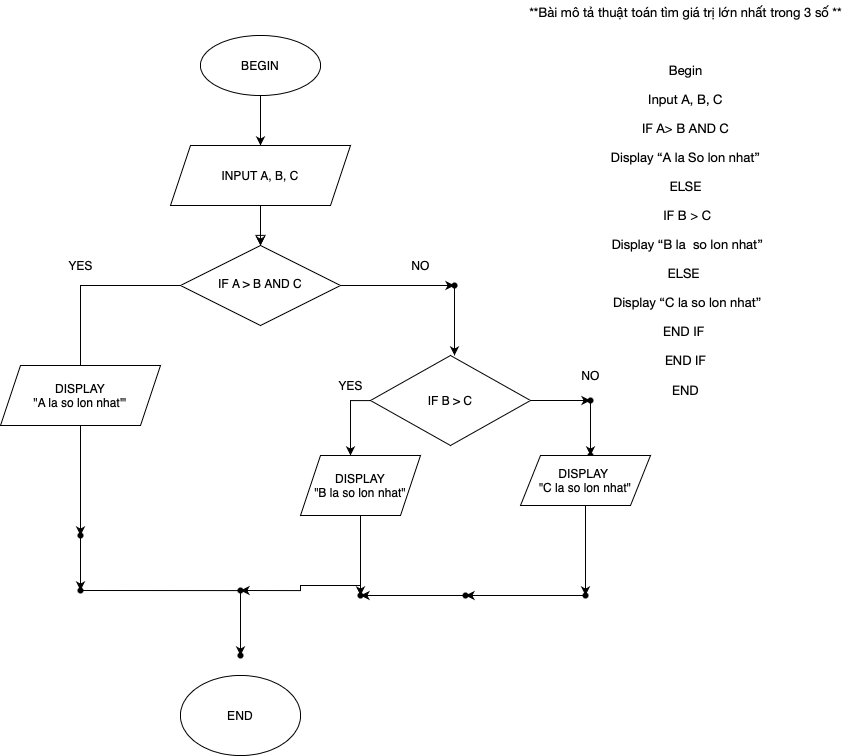
Earlier version of the draw.io export ss3_ma_gia_va_luu_do/bai_tap3.png (anhtuan1221/A0222I1_NGUYENANHTUAN_Module1). Source tidied: cells renumbered, new cells last; positions are measured from the earlier drawing's top-left corner, leaving out a move shared by most shapes.
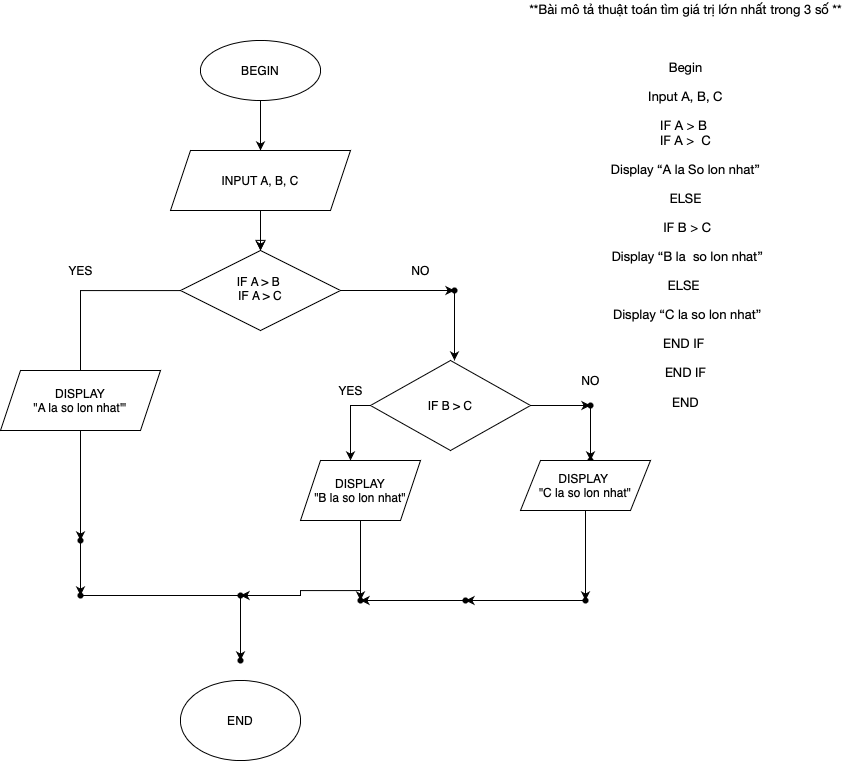
After the commit.

The edit, as a diff of the source:
```diff
@@ -15,7 +15,7 @@
     <mxCell id="4" style="edgeStyle=orthogonalEdgeStyle;rounded=0;jettySize=auto;html=1;" parent="1" edge="1" source="5" target="14">
       <mxGeometry relative="1" as="geometry" />
     </mxCell>
-    <mxCell id="5" value="IF A &amp;gt; B AND C" style="rhombus;whiteSpace=wrap;html=1;shadow=0;fontFamily=Helvetica;fontSize=12;align=center;strokeWidth=1;spacing=6;spacingTop=-4;" parent="1" vertex="1">
+    <mxCell id="5" value="IF A &amp;gt; B &lt;br&gt;IF A &amp;gt; C" style="rhombus;whiteSpace=wrap;html=1;shadow=0;fontFamily=Helvetica;fontSize=12;align=center;strokeWidth=1;spacing=6;spacingTop=-4;" parent="1" vertex="1">
       <mxGeometry x="180" y="245" width="160" height="80" as="geometry" />
     </mxCell>
     <mxCell id="6" style="edgeStyle=orthogonalEdgeStyle;rounded=0;jettySize=auto;html=1;" parent="1" edge="1" source="8" target="5">
@@ -135,8 +135,8 @@
     <mxCell id="40" value="END" style="ellipse;whiteSpace=wrap;html=1;" parent="1" vertex="1">
       <mxGeometry x="180" y="675" width="120" height="80" as="geometry" />
     </mxCell>
-    <mxCell id="41" value="&lt;p style=&quot;margin: 0px ; font-stretch: normal ; font-size: 13px ; line-height: normal ; font-family: &amp;#34;helvetica neue&amp;#34;&quot;&gt;**Bài mô tả thuật toán tìm giá trị lớn nhất trong 3 số **&lt;/p&gt;&lt;br&gt;&lt;p style=&quot;margin: 0px ; font-stretch: normal ; font-size: 13px ; line-height: normal ; font-family: &amp;#34;helvetica neue&amp;#34; ; min-height: 15px&quot;&gt;&lt;br&gt;&lt;/p&gt;&lt;br&gt;&lt;p style=&quot;margin: 0px ; font-stretch: normal ; font-size: 13px ; line-height: normal ; font-family: &amp;#34;helvetica neue&amp;#34;&quot;&gt;Begin&lt;/p&gt;&lt;br&gt;&lt;p style=&quot;margin: 0px ; font-stretch: normal ; font-size: 13px ; line-height: normal ; font-family: &amp;#34;helvetica neue&amp;#34;&quot;&gt;Input A, B, C&lt;/p&gt;&lt;br&gt;&lt;p style=&quot;margin: 0px ; font-stretch: normal ; font-size: 13px ; line-height: normal ; font-family: &amp;#34;helvetica neue&amp;#34;&quot;&gt;IF A&amp;gt; B AND C&lt;/p&gt;&lt;br&gt;&lt;p style=&quot;margin: 0px ; font-stretch: normal ; font-size: 13px ; line-height: normal ; font-family: &amp;#34;helvetica neue&amp;#34;&quot;&gt;Display “A la So lon nhat”&lt;/p&gt;&lt;br&gt;&lt;p style=&quot;margin: 0px ; font-stretch: normal ; font-size: 13px ; line-height: normal ; font-family: &amp;#34;helvetica neue&amp;#34;&quot;&gt;ELSE&lt;/p&gt;&lt;br&gt;&lt;p style=&quot;margin: 0px ; font-stretch: normal ; font-size: 13px ; line-height: normal ; font-family: &amp;#34;helvetica neue&amp;#34;&quot;&gt;&amp;nbsp;IF B &amp;gt; C&lt;/p&gt;&lt;br&gt;&lt;p style=&quot;margin: 0px ; font-stretch: normal ; font-size: 13px ; line-height: normal ; font-family: &amp;#34;helvetica neue&amp;#34;&quot;&gt;&amp;nbsp;Display “B la&amp;nbsp; so lon nhat”&lt;/p&gt;&lt;br&gt;&lt;p style=&quot;margin: 0px ; font-stretch: normal ; font-size: 13px ; line-height: normal ; font-family: &amp;#34;helvetica neue&amp;#34;&quot;&gt;ELSE&amp;nbsp;&lt;/p&gt;&lt;br&gt;&lt;p style=&quot;margin: 0px ; font-stretch: normal ; font-size: 13px ; line-height: normal ; font-family: &amp;#34;helvetica neue&amp;#34;&quot;&gt;&amp;nbsp;Display “C la so lon nhat”&lt;/p&gt;&lt;br&gt;&lt;p style=&quot;margin: 0px ; font-stretch: normal ; font-size: 13px ; line-height: normal ; font-family: &amp;#34;helvetica neue&amp;#34;&quot;&gt;END IF&amp;nbsp;&lt;/p&gt;&lt;br&gt;&lt;p style=&quot;margin: 0px ; font-stretch: normal ; font-size: 13px ; line-height: normal ; font-family: &amp;#34;helvetica neue&amp;#34;&quot;&gt;END IF&lt;/p&gt;&lt;p style=&quot;margin: 0px ; font-stretch: normal ; font-size: 13px ; line-height: normal ; font-family: &amp;#34;helvetica neue&amp;#34;&quot;&gt;&lt;br&gt;&lt;/p&gt;&lt;p style=&quot;margin: 0px ; font-stretch: normal ; font-size: 13px ; line-height: normal ; font-family: &amp;#34;helvetica neue&amp;#34;&quot;&gt;END&lt;/p&gt;&lt;p style=&quot;margin: 0px ; font-stretch: normal ; font-size: 13px ; line-height: normal ; font-family: &amp;#34;helvetica neue&amp;#34;&quot;&gt;&lt;br&gt;&lt;/p&gt;&lt;div&gt;&lt;br&gt;&lt;/div&gt;" style="text;html=1;align=center;verticalAlign=middle;strokeColor=none;fillColor=none;" parent="1" vertex="1">
-      <mxGeometry x="520" width="330" height="430" as="geometry" />
+    <mxCell id="41" value="&lt;p style=&quot;margin: 0px ; font-stretch: normal ; font-size: 13px ; line-height: normal ; font-family: &amp;#34;helvetica neue&amp;#34;&quot;&gt;**Bài mô tả thuật toán tìm giá trị lớn nhất trong 3 số **&lt;/p&gt;&lt;br&gt;&lt;p style=&quot;margin: 0px ; font-stretch: normal ; font-size: 13px ; line-height: normal ; font-family: &amp;#34;helvetica neue&amp;#34; ; min-height: 15px&quot;&gt;&lt;br&gt;&lt;/p&gt;&lt;br&gt;&lt;p style=&quot;margin: 0px ; font-stretch: normal ; font-size: 13px ; line-height: normal ; font-family: &amp;#34;helvetica neue&amp;#34;&quot;&gt;Begin&lt;/p&gt;&lt;br&gt;&lt;p style=&quot;margin: 0px ; font-stretch: normal ; font-size: 13px ; line-height: normal ; font-family: &amp;#34;helvetica neue&amp;#34;&quot;&gt;Input A, B, C&lt;/p&gt;&lt;br&gt;&lt;p style=&quot;margin: 0px ; font-stretch: normal ; font-size: 13px ; line-height: normal ; font-family: &amp;#34;helvetica neue&amp;#34;&quot;&gt;IF A &amp;gt; B&amp;nbsp;&lt;/p&gt;&lt;p style=&quot;margin: 0px ; font-stretch: normal ; font-size: 13px ; line-height: normal ; font-family: &amp;#34;helvetica neue&amp;#34;&quot;&gt;IF A &amp;gt; &amp;nbsp;C&lt;/p&gt;&lt;br&gt;&lt;p style=&quot;margin: 0px ; font-stretch: normal ; font-size: 13px ; line-height: normal ; font-family: &amp;#34;helvetica neue&amp;#34;&quot;&gt;Display “A la So lon nhat”&lt;/p&gt;&lt;br&gt;&lt;p style=&quot;margin: 0px ; font-stretch: normal ; font-size: 13px ; line-height: normal ; font-family: &amp;#34;helvetica neue&amp;#34;&quot;&gt;ELSE&lt;/p&gt;&lt;br&gt;&lt;p style=&quot;margin: 0px ; font-stretch: normal ; font-size: 13px ; line-height: normal ; font-family: &amp;#34;helvetica neue&amp;#34;&quot;&gt;&amp;nbsp;IF B &amp;gt; C&lt;/p&gt;&lt;br&gt;&lt;p style=&quot;margin: 0px ; font-stretch: normal ; font-size: 13px ; line-height: normal ; font-family: &amp;#34;helvetica neue&amp;#34;&quot;&gt;&amp;nbsp;Display “B la&amp;nbsp; so lon nhat”&lt;/p&gt;&lt;br&gt;&lt;p style=&quot;margin: 0px ; font-stretch: normal ; font-size: 13px ; line-height: normal ; font-family: &amp;#34;helvetica neue&amp;#34;&quot;&gt;ELSE&amp;nbsp;&lt;/p&gt;&lt;br&gt;&lt;p style=&quot;margin: 0px ; font-stretch: normal ; font-size: 13px ; line-height: normal ; font-family: &amp;#34;helvetica neue&amp;#34;&quot;&gt;&amp;nbsp;Display “C la so lon nhat”&lt;/p&gt;&lt;br&gt;&lt;p style=&quot;margin: 0px ; font-stretch: normal ; font-size: 13px ; line-height: normal ; font-family: &amp;#34;helvetica neue&amp;#34;&quot;&gt;END IF&amp;nbsp;&lt;/p&gt;&lt;br&gt;&lt;p style=&quot;margin: 0px ; font-stretch: normal ; font-size: 13px ; line-height: normal ; font-family: &amp;#34;helvetica neue&amp;#34;&quot;&gt;END IF&lt;/p&gt;&lt;p style=&quot;margin: 0px ; font-stretch: normal ; font-size: 13px ; line-height: normal ; font-family: &amp;#34;helvetica neue&amp;#34;&quot;&gt;&lt;br&gt;&lt;/p&gt;&lt;p style=&quot;margin: 0px ; font-stretch: normal ; font-size: 13px ; line-height: normal ; font-family: &amp;#34;helvetica neue&amp;#34;&quot;&gt;END&lt;/p&gt;&lt;p style=&quot;margin: 0px ; font-stretch: normal ; font-size: 13px ; line-height: normal ; font-family: &amp;#34;helvetica neue&amp;#34;&quot;&gt;&lt;br&gt;&lt;/p&gt;&lt;div&gt;&lt;br&gt;&lt;/div&gt;" style="text;html=1;align=center;verticalAlign=middle;strokeColor=none;fillColor=none;" parent="1" vertex="1">
+      <mxGeometry x="520" y="-5" width="330" height="440" as="geometry" />
     </mxCell>
   </root>
 </mxGraphModel>
```
